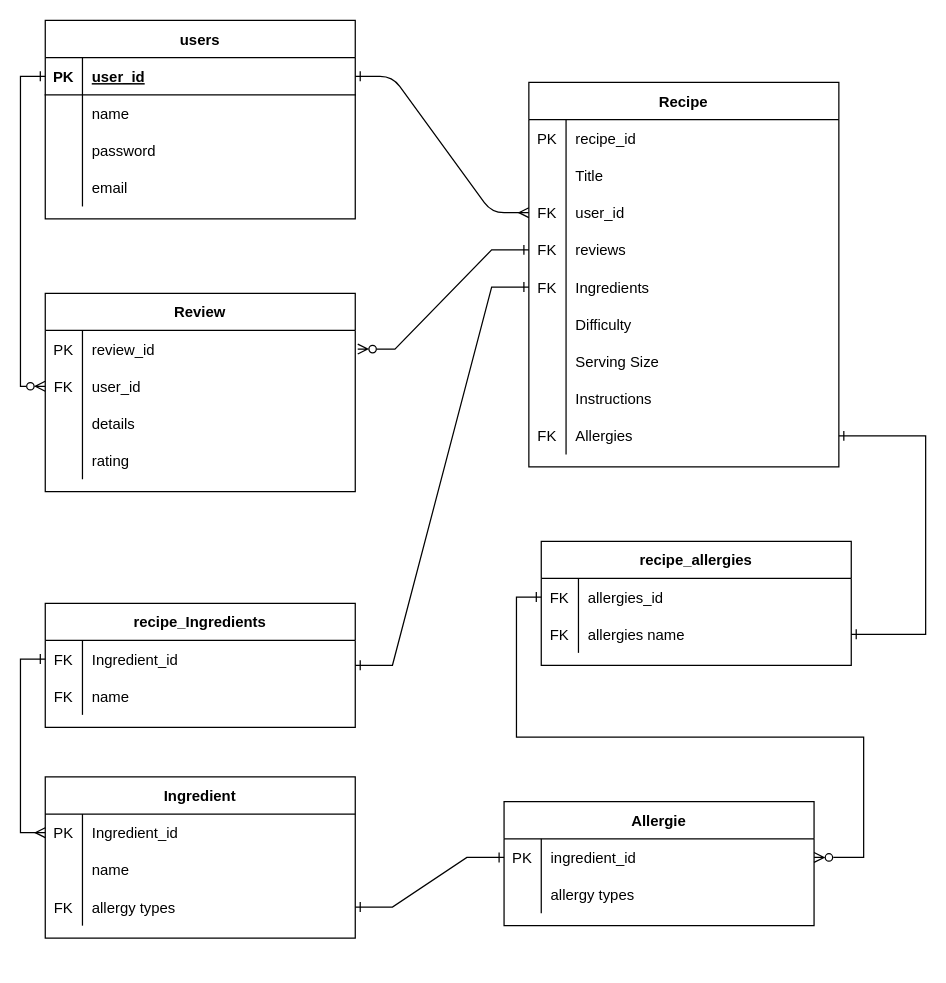
BenDavies1218/BenjaminDavies_T2A2 keeps this draw.io diagram as Recipe_api.drawio. Above is the earlier version. Source tidied: cells renumbered, new cells numbered last; positions are measured from the earlier drawing's top-left corner, leaving out a move shared by most shapes. Both pictures are drawn from the tidied source at 124%, with x=0, y=0 at pixel (45, 20).
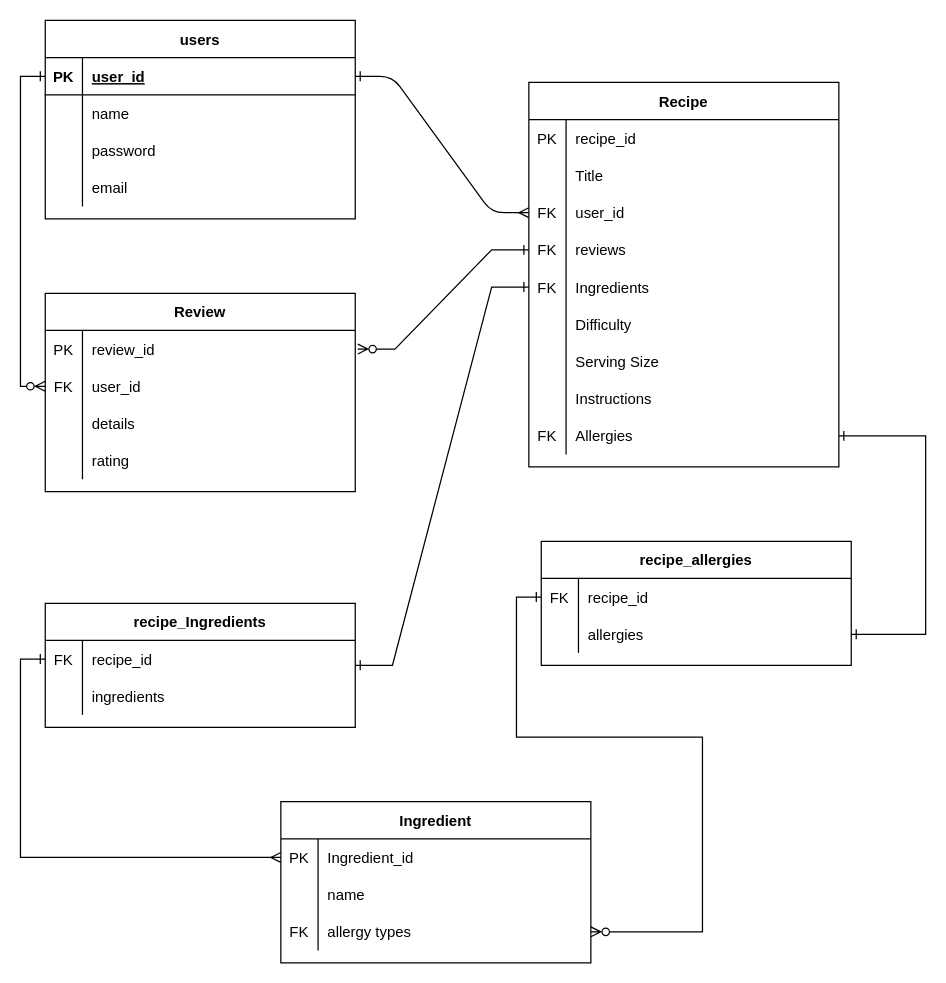
The same page after the edit.

The change refers to these unchanged cells:
```xml
<mxCell id="68" style="shape=partialRectangle;fillColor=none;points=[[0,0.5],[1,0.5]];portConstraint=eastwest;top=0;left=0;right=0;bottom=0;" parent="67" vertex="1">
  <mxGeometry y="30" width="250" height="30" as="geometry" />
</mxCell>
<mxCell id="71" style="shape=partialRectangle;fillColor=none;points=[[0,0.5],[1,0.5]];portConstraint=eastwest;top=0;left=0;right=0;bottom=0;" parent="67" vertex="1">
  <mxGeometry y="60" width="250" height="30" as="geometry" />
</mxCell>
<mxCell id="83" style="shape=partialRectangle;fillColor=none;points=[[0,0.5],[1,0.5]];portConstraint=eastwest;top=0;left=0;right=0;bottom=0;" parent="76" vertex="1">
  <mxGeometry y="90" width="250" height="30" as="geometry" />
</mxCell>
<mxCell id="89" style="shape=partialRectangle;fillColor=none;points=[[0,0.5],[1,0.5]];portConstraint=eastwest;top=0;left=0;right=0;bottom=0;" parent="88" vertex="1">
  <mxGeometry y="30" width="250" height="30" as="geometry" />
</mxCell>
<mxCell id="92" style="shape=partialRectangle;fillColor=none;top=0;left=0;right=0;bottom=0;" parent="88" vertex="1">
  <mxGeometry y="60" width="250" height="30" as="geometry" />
</mxCell>
```

Change to the diagram source:
```diff
@@
-    <mxCell id="60" value="Allergie" style="shape=table;startSize=30;childLayout=tableLayout;rowLines=0;fontStyle=1;align=center;" parent="1" vertex="1">
-      <mxGeometry x="370" y="630" width="250" height="100" as="geometry" />
-    </mxCell>
-    <mxCell id="61" style="shape=partialRectangle;fillColor=none;points=[[0,0.5],[1,0.5]];portConstraint=eastwest;top=0;left=0;right=0;bottom=0;" parent="60" vertex="1">
-      <mxGeometry y="30" width="250" height="30" as="geometry" />
-    </mxCell>
-    <mxCell id="62" value="PK" style="shape=partialRectangle;overflow=hidden;fillColor=none;top=0;left=0;bottom=0;right=0;" parent="61" vertex="1">
-      <mxGeometry width="30" height="30" as="geometry" />
-    </mxCell>
-    <mxCell id="63" value="ingredient_id" style="shape=partialRectangle;overflow=hidden;fillColor=none;top=0;left=0;bottom=0;right=0;align=left;spacingLeft=6;" parent="61" vertex="1">
-      <mxGeometry x="30" width="220" height="30" as="geometry" />
-    </mxCell>
-    <mxCell id="64" style="shape=partialRectangle;fillColor=none;top=0;left=0;right=0;bottom=0;" parent="60" vertex="1">
-      <mxGeometry y="60" width="250" height="30" as="geometry" />
-    </mxCell>
-    <mxCell id="65" style="shape=partialRectangle;overflow=hidden;fillColor=none;top=0;left=0;bottom=0;right=0;" parent="64" vertex="1">
-      <mxGeometry width="30" height="30" as="geometry" />
-    </mxCell>
-    <mxCell id="66" value="allergy types" style="shape=partialRectangle;overflow=hidden;fillColor=none;top=0;left=0;bottom=0;right=0;align=left;spacingLeft=6;" parent="64" vertex="1">
-      <mxGeometry x="30" width="220" height="30" as="geometry" />
-    </mxCell>
@@
-    <mxCell id="70" value="allergies_id" style="shape=partialRectangle;overflow=hidden;fillColor=none;top=0;left=0;bottom=0;right=0;align=left;spacingLeft=6;" parent="68" vertex="1">
+    <mxCell id="70" value="recipe_id" style="shape=partialRectangle;overflow=hidden;fillColor=none;top=0;left=0;bottom=0;right=0;align=left;spacingLeft=6;" parent="68" vertex="1">
       <mxGeometry x="30" width="220" height="30" as="geometry" />
     </mxCell>
@@
-    <mxCell id="72" value="FK" style="shape=partialRectangle;overflow=hidden;fillColor=none;top=0;left=0;bottom=0;right=0;" parent="71" vertex="1">
+    <mxCell id="72" style="shape=partialRectangle;overflow=hidden;fillColor=none;top=0;left=0;bottom=0;right=0;" parent="71" vertex="1">
       <mxGeometry width="30" height="30" as="geometry" />
     </mxCell>
-    <mxCell id="73" value="allergies name" style="shape=partialRectangle;overflow=hidden;fillColor=none;top=0;left=0;bottom=0;right=0;align=left;spacingLeft=6;" parent="71" vertex="1">
+    <mxCell id="73" value="allergies" style="shape=partialRectangle;overflow=hidden;fillColor=none;top=0;left=0;bottom=0;right=0;align=left;spacingLeft=6;" parent="71" vertex="1">
       <mxGeometry x="30" width="220" height="30" as="geometry" />
     </mxCell>
@@
-    <mxCell id="75" style="edgeStyle=orthogonalEdgeStyle;rounded=0;jettySize=auto;html=1;entryX=0;entryY=0.5;entryDx=0;entryDy=0;startArrow=ERzeroToMany;startFill=0;endArrow=ERone;endFill=0;" parent="1" edge="1" target="68">
+    <mxCell id="75" style="edgeStyle=orthogonalEdgeStyle;rounded=0;jettySize=auto;html=1;entryX=0;entryY=0.5;entryDx=0;entryDy=0;startArrow=ERzeroToMany;startFill=0;endArrow=ERone;endFill=0;exitX=1;exitY=0.5;exitDx=0;exitDy=0;" parent="1" edge="1" source="83" target="68">
       <mxGeometry relative="1" as="geometry">
-        <mxPoint x="620" y="675" as="sourcePoint" />
         <Array as="points">
-          <mxPoint x="660" y="675" />
-          <mxPoint x="660" y="578" />
+          <mxPoint x="530" y="735" />
+          <mxPoint x="530" y="578" />
           <mxPoint x="380" y="578" />
           <mxPoint x="380" y="465" />
         </Array>
       </mxGeometry>
     </mxCell>
     <mxCell id="76" value="Ingredient" style="shape=table;startSize=30;childLayout=tableLayout;rowLines=0;fontStyle=1;align=center;" parent="1" vertex="1">
-      <mxGeometry y="610" width="250" height="130" as="geometry" />
+      <mxGeometry x="190" y="630" width="250" height="130" as="geometry" />
     </mxCell>
@@
-    <mxCell id="87" style="edgeStyle=entityRelationEdgeStyle;rounded=0;jettySize=auto;html=1;entryX=0;entryY=0.5;entryDx=0;entryDy=0;startArrow=ERone;startFill=0;endArrow=ERone;endFill=0;" parent="1" edge="1" source="83" target="61">
-      <mxGeometry relative="1" as="geometry" />
-    </mxCell>
@@
-    <mxCell id="91" value="Ingredient_id" style="shape=partialRectangle;overflow=hidden;fillColor=none;top=0;left=0;bottom=0;right=0;align=left;spacingLeft=6;" parent="89" vertex="1">
+    <mxCell id="91" value="recipe_id" style="shape=partialRectangle;overflow=hidden;fillColor=none;top=0;left=0;bottom=0;right=0;align=left;spacingLeft=6;" parent="89" vertex="1">
       <mxGeometry x="30" width="220" height="30" as="geometry" />
     </mxCell>
@@
-    <mxCell id="93" value="FK" style="shape=partialRectangle;overflow=hidden;fillColor=none;top=0;left=0;bottom=0;right=0;" parent="92" vertex="1">
+    <mxCell id="93" style="shape=partialRectangle;overflow=hidden;fillColor=none;top=0;left=0;bottom=0;right=0;" parent="92" vertex="1">
       <mxGeometry width="30" height="30" as="geometry" />
     </mxCell>
-    <mxCell id="94" value="name" style="shape=partialRectangle;overflow=hidden;fillColor=none;top=0;left=0;bottom=0;right=0;align=left;spacingLeft=6;" parent="92" vertex="1">
+    <mxCell id="94" value="ingredients" style="shape=partialRectangle;overflow=hidden;fillColor=none;top=0;left=0;bottom=0;right=0;align=left;spacingLeft=6;" parent="92" vertex="1">
       <mxGeometry x="30" width="220" height="30" as="geometry" />
     </mxCell>
```
